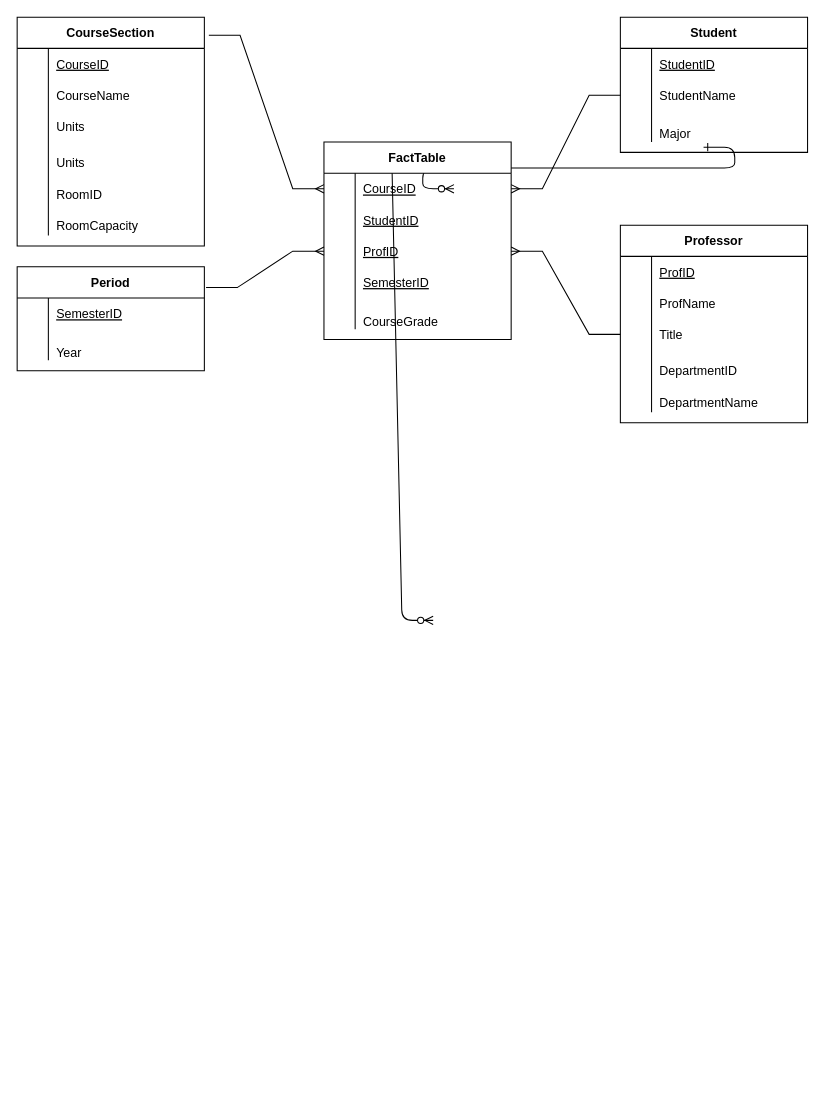
The draw.io diagram Diagramme sans nom.drawio in mpillot98/manon_pillot, before the edit. Source tidied: cells renumbered, new cells numbered last; positions are measured from the earlier drawing's top-left corner, leaving out a move shared by most shapes. Both pictures are drawn from the tidied source at 104%, with x=0, y=0 at pixel (17, 17).
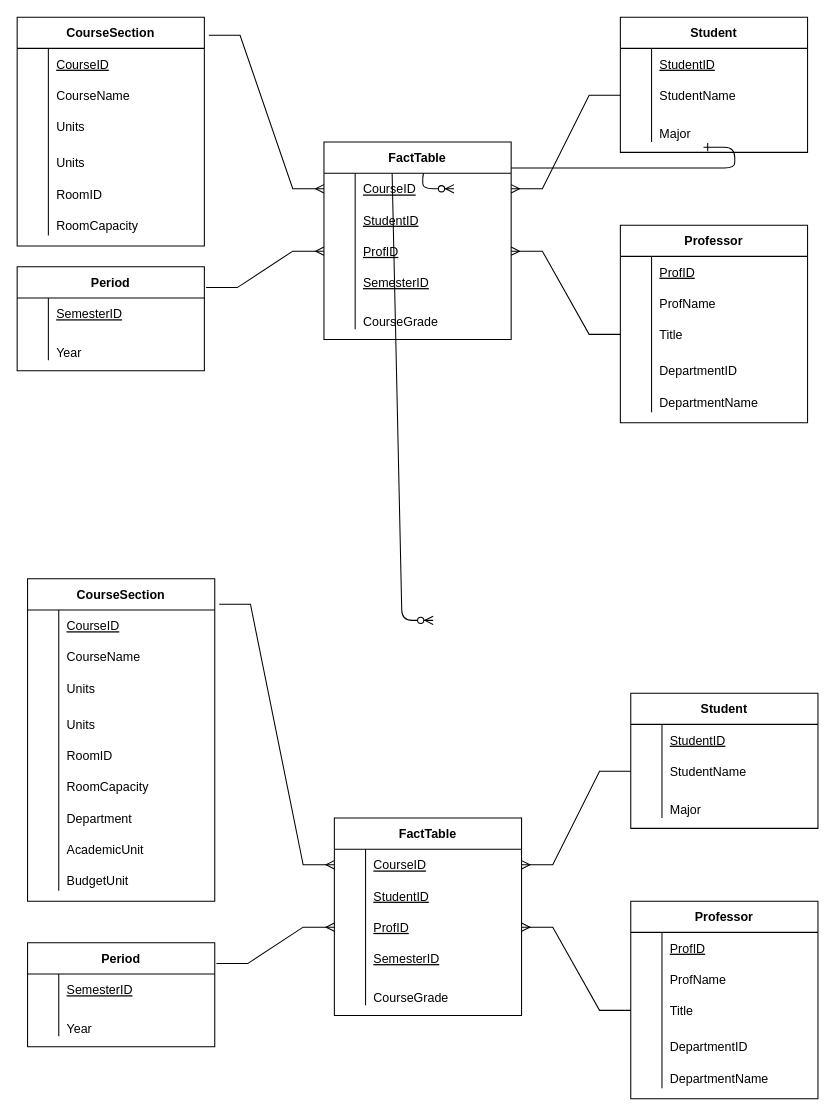
After the change.

Diff of the diagram source:
```diff
@@
+    <mxCell id="76" value="CourseSection" style="shape=table;startSize=30;childLayout=tableLayout;rowLines=0;fontStyle=1;align=center;" parent="1" vertex="1">
+      <mxGeometry x="10" y="540" width="180" height="310" as="geometry" />
+    </mxCell>
+    <mxCell id="77" style="shape=tableRow;horizontal=0;startSize=0;swimlaneHead=0;swimlaneBody=0;fillColor=none;top=0;left=0;right=0;bottom=0;" parent="76" vertex="1">
+      <mxGeometry y="30" width="180" height="30" as="geometry" />
+    </mxCell>
+    <mxCell id="78" style="shape=partialRectangle;fillColor=none;top=0;left=0;bottom=0;right=0;overflow=hidden;" parent="77" vertex="1">
+      <mxGeometry width="30" height="30" as="geometry" />
+    </mxCell>
+    <mxCell id="79" value="CourseID" style="shape=partialRectangle;fillColor=none;top=0;left=0;bottom=0;right=0;align=left;spacingLeft=6;overflow=hidden;fontStyle=4;" parent="77" vertex="1">
+      <mxGeometry x="30" width="150" height="30" as="geometry" />
+    </mxCell>
+    <mxCell id="80" style="shape=tableRow;horizontal=0;startSize=0;swimlaneHead=0;swimlaneBody=0;fillColor=none;top=0;left=0;right=0;bottom=0;" parent="76" vertex="1">
+      <mxGeometry y="60" width="180" height="30" as="geometry" />
+    </mxCell>
+    <mxCell id="81" style="shape=partialRectangle;fillColor=none;top=0;left=0;bottom=0;right=0;overflow=hidden;" parent="80" vertex="1">
+      <mxGeometry width="30" height="30" as="geometry" />
+    </mxCell>
+    <mxCell id="82" value="CourseName" style="shape=partialRectangle;fillColor=none;top=0;left=0;bottom=0;right=0;align=left;spacingLeft=6;overflow=hidden;" parent="80" vertex="1">
+      <mxGeometry x="30" width="150" height="30" as="geometry" />
+    </mxCell>
+    <mxCell id="83" style="shape=tableRow;horizontal=0;startSize=0;swimlaneHead=0;swimlaneBody=0;fillColor=none;top=0;left=0;right=0;bottom=0;" parent="76" vertex="1">
+      <mxGeometry y="90" width="180" height="30" as="geometry" />
+    </mxCell>
+    <mxCell id="84" style="shape=partialRectangle;fillColor=none;top=0;left=0;bottom=0;right=0;overflow=hidden;" parent="83" vertex="1">
+      <mxGeometry width="30" height="30" as="geometry" />
+    </mxCell>
+    <mxCell id="85" value="Units" style="shape=partialRectangle;fillColor=none;top=0;left=0;bottom=0;right=0;align=left;spacingLeft=6;overflow=hidden;" parent="83" vertex="1">
+      <mxGeometry x="30" width="150" height="30" as="geometry" />
+    </mxCell>
+    <mxCell id="86" style="shape=tableRow;horizontal=0;startSize=0;swimlaneHead=0;swimlaneBody=0;fillColor=none;top=0;left=0;right=0;bottom=0;" parent="76" vertex="1">
+      <mxGeometry y="120" width="180" height="30" as="geometry" />
+    </mxCell>
+    <mxCell id="87" style="shape=partialRectangle;fillColor=none;top=0;left=0;bottom=0;right=0;overflow=hidden;" parent="86" vertex="1">
+      <mxGeometry width="30" height="30" as="geometry" />
+    </mxCell>
+    <mxCell id="88" value="Units" style="shape=partialRectangle;fillColor=none;top=0;left=0;bottom=0;right=0;align=left;spacingLeft=6;overflow=hidden;verticalAlign=bottom;" parent="86" vertex="1">
+      <mxGeometry x="30" width="150" height="30" as="geometry" />
+    </mxCell>
+    <mxCell id="89" style="shape=tableRow;horizontal=0;startSize=0;swimlaneHead=0;swimlaneBody=0;fillColor=none;top=0;left=0;right=0;bottom=0;" parent="76" vertex="1">
+      <mxGeometry y="150" width="180" height="30" as="geometry" />
+    </mxCell>
+    <mxCell id="90" style="shape=partialRectangle;fillColor=none;top=0;left=0;bottom=0;right=0;overflow=hidden;" parent="89" vertex="1">
+      <mxGeometry width="30" height="30" as="geometry" />
+    </mxCell>
+    <mxCell id="91" value="RoomID" style="shape=partialRectangle;fillColor=none;top=0;left=0;bottom=0;right=0;align=left;spacingLeft=6;overflow=hidden;verticalAlign=bottom;" parent="89" vertex="1">
+      <mxGeometry x="30" width="150" height="30" as="geometry" />
+    </mxCell>
+    <mxCell id="92" style="shape=tableRow;horizontal=0;startSize=0;swimlaneHead=0;swimlaneBody=0;fillColor=none;top=0;left=0;right=0;bottom=0;" parent="76" vertex="1">
+      <mxGeometry y="180" width="180" height="30" as="geometry" />
+    </mxCell>
+    <mxCell id="93" style="shape=partialRectangle;fillColor=none;top=0;left=0;bottom=0;right=0;overflow=hidden;" parent="92" vertex="1">
+      <mxGeometry width="30" height="30" as="geometry" />
+    </mxCell>
+    <mxCell id="94" value="&#10;RoomCapacity&#10;&#10;" style="shape=partialRectangle;fillColor=none;top=0;left=0;bottom=0;right=0;align=left;spacingLeft=6;overflow=hidden;verticalAlign=bottom;" parent="92" vertex="1">
+      <mxGeometry x="30" width="150" height="30" as="geometry" />
+    </mxCell>
+    <mxCell id="95" style="shape=tableRow;horizontal=0;startSize=0;swimlaneHead=0;swimlaneBody=0;fillColor=none;top=0;left=0;right=0;bottom=0;" parent="76" vertex="1">
+      <mxGeometry y="210" width="180" height="30" as="geometry" />
+    </mxCell>
+    <mxCell id="96" style="shape=partialRectangle;fillColor=none;top=0;left=0;bottom=0;right=0;overflow=hidden;" parent="95" vertex="1">
+      <mxGeometry width="30" height="30" as="geometry" />
+    </mxCell>
+    <mxCell id="97" value="Department" style="shape=partialRectangle;fillColor=none;top=0;left=0;bottom=0;right=0;align=left;spacingLeft=6;overflow=hidden;verticalAlign=bottom;" parent="95" vertex="1">
+      <mxGeometry x="30" width="150" height="30" as="geometry" />
+    </mxCell>
+    <mxCell id="98" style="shape=tableRow;horizontal=0;startSize=0;swimlaneHead=0;swimlaneBody=0;fillColor=none;top=0;left=0;right=0;bottom=0;" parent="76" vertex="1">
+      <mxGeometry y="240" width="180" height="30" as="geometry" />
+    </mxCell>
+    <mxCell id="99" style="shape=partialRectangle;fillColor=none;top=0;left=0;bottom=0;right=0;overflow=hidden;" parent="98" vertex="1">
+      <mxGeometry width="30" height="30" as="geometry" />
+    </mxCell>
+    <mxCell id="100" value="AcademicUnit" style="shape=partialRectangle;fillColor=none;top=0;left=0;bottom=0;right=0;align=left;spacingLeft=6;overflow=hidden;verticalAlign=bottom;" parent="98" vertex="1">
+      <mxGeometry x="30" width="150" height="30" as="geometry" />
+    </mxCell>
+    <mxCell id="101" style="shape=tableRow;horizontal=0;startSize=0;swimlaneHead=0;swimlaneBody=0;fillColor=none;top=0;left=0;right=0;bottom=0;" parent="76" vertex="1">
+      <mxGeometry y="270" width="180" height="30" as="geometry" />
+    </mxCell>
+    <mxCell id="102" style="shape=partialRectangle;fillColor=none;top=0;left=0;bottom=0;right=0;overflow=hidden;" parent="101" vertex="1">
+      <mxGeometry width="30" height="30" as="geometry" />
+    </mxCell>
+    <mxCell id="103" value="BudgetUnit" style="shape=partialRectangle;fillColor=none;top=0;left=0;bottom=0;right=0;align=left;spacingLeft=6;overflow=hidden;verticalAlign=bottom;" parent="101" vertex="1">
+      <mxGeometry x="30" width="150" height="30" as="geometry" />
+    </mxCell>
+    <mxCell id="104" value="Professor" style="shape=table;startSize=30;childLayout=tableLayout;rowLines=0;fontStyle=1;align=center;" parent="1" vertex="1">
+      <mxGeometry x="590" y="850" width="180" height="190" as="geometry" />
+    </mxCell>
+    <mxCell id="105" style="shape=tableRow;horizontal=0;startSize=0;swimlaneHead=0;swimlaneBody=0;fillColor=none;top=0;left=0;right=0;bottom=0;" parent="104" vertex="1">
+      <mxGeometry y="30" width="180" height="30" as="geometry" />
+    </mxCell>
+    <mxCell id="106" style="shape=partialRectangle;fillColor=none;top=0;left=0;bottom=0;right=0;overflow=hidden;" parent="105" vertex="1">
+      <mxGeometry width="30" height="30" as="geometry" />
+    </mxCell>
+    <mxCell id="107" value="ProfID" style="shape=partialRectangle;fillColor=none;top=0;left=0;bottom=0;right=0;align=left;spacingLeft=6;overflow=hidden;fontStyle=4;" parent="105" vertex="1">
+      <mxGeometry x="30" width="150" height="30" as="geometry" />
+    </mxCell>
+    <mxCell id="108" style="shape=tableRow;horizontal=0;startSize=0;swimlaneHead=0;swimlaneBody=0;fillColor=none;top=0;left=0;right=0;bottom=0;" parent="104" vertex="1">
+      <mxGeometry y="60" width="180" height="30" as="geometry" />
+    </mxCell>
+    <mxCell id="109" style="shape=partialRectangle;fillColor=none;top=0;left=0;bottom=0;right=0;overflow=hidden;" parent="108" vertex="1">
+      <mxGeometry width="30" height="30" as="geometry" />
+    </mxCell>
+    <mxCell id="110" value="ProfName" style="shape=partialRectangle;fillColor=none;top=0;left=0;bottom=0;right=0;align=left;spacingLeft=6;overflow=hidden;" parent="108" vertex="1">
+      <mxGeometry x="30" width="150" height="30" as="geometry" />
+    </mxCell>
+    <mxCell id="111" style="shape=tableRow;horizontal=0;startSize=0;swimlaneHead=0;swimlaneBody=0;fillColor=none;points=[[0,0.5],[1,0.5]];portConstraint=eastwest;top=0;left=0;right=0;bottom=0;" parent="104" vertex="1">
+      <mxGeometry y="90" width="180" height="30" as="geometry" />
+    </mxCell>
+    <mxCell id="112" style="shape=partialRectangle;fillColor=none;top=0;left=0;bottom=0;right=0;overflow=hidden;" parent="111" vertex="1">
+      <mxGeometry width="30" height="30" as="geometry" />
+    </mxCell>
+    <mxCell id="113" value="Title" style="shape=partialRectangle;fillColor=none;top=0;left=0;bottom=0;right=0;align=left;spacingLeft=6;overflow=hidden;" parent="111" vertex="1">
+      <mxGeometry x="30" width="150" height="30" as="geometry" />
+    </mxCell>
+    <mxCell id="114" style="shape=tableRow;horizontal=0;startSize=0;swimlaneHead=0;swimlaneBody=0;fillColor=none;top=0;left=0;right=0;bottom=0;" parent="104" vertex="1">
+      <mxGeometry y="120" width="180" height="30" as="geometry" />
+    </mxCell>
+    <mxCell id="115" style="shape=partialRectangle;fillColor=none;top=0;left=0;bottom=0;right=0;overflow=hidden;" parent="114" vertex="1">
+      <mxGeometry width="30" height="30" as="geometry" />
+    </mxCell>
+    <mxCell id="116" value="DepartmentID" style="shape=partialRectangle;fillColor=none;top=0;left=0;bottom=0;right=0;align=left;spacingLeft=6;overflow=hidden;verticalAlign=bottom;" parent="114" vertex="1">
+      <mxGeometry x="30" width="150" height="30" as="geometry" />
+    </mxCell>
+    <mxCell id="117" style="shape=tableRow;horizontal=0;startSize=0;swimlaneHead=0;swimlaneBody=0;fillColor=none;top=0;left=0;right=0;bottom=0;" parent="104" vertex="1">
+      <mxGeometry y="150" width="180" height="30" as="geometry" />
+    </mxCell>
+    <mxCell id="118" style="shape=partialRectangle;fillColor=none;top=0;left=0;bottom=0;right=0;overflow=hidden;" parent="117" vertex="1">
+      <mxGeometry width="30" height="30" as="geometry" />
+    </mxCell>
+    <mxCell id="119" value="&#10;DepartmentName&#10;&#10;" style="shape=partialRectangle;fillColor=none;top=0;left=0;bottom=0;right=0;align=left;spacingLeft=6;overflow=hidden;verticalAlign=bottom;" parent="117" vertex="1">
+      <mxGeometry x="30" width="150" height="30" as="geometry" />
+    </mxCell>
+    <mxCell id="120" value="Student" style="shape=table;startSize=30;childLayout=tableLayout;rowLines=0;fontStyle=1;align=center;" parent="1" vertex="1">
+      <mxGeometry x="590" y="650" width="180" height="130" as="geometry" />
+    </mxCell>
+    <mxCell id="121" style="shape=tableRow;horizontal=0;startSize=0;swimlaneHead=0;swimlaneBody=0;fillColor=none;top=0;left=0;right=0;bottom=0;" parent="120" vertex="1">
+      <mxGeometry y="30" width="180" height="30" as="geometry" />
+    </mxCell>
+    <mxCell id="122" style="shape=partialRectangle;fillColor=none;top=0;left=0;bottom=0;right=0;overflow=hidden;" parent="121" vertex="1">
+      <mxGeometry width="30" height="30" as="geometry" />
+    </mxCell>
+    <mxCell id="123" value="StudentID" style="shape=partialRectangle;fillColor=none;top=0;left=0;bottom=0;right=0;align=left;spacingLeft=6;overflow=hidden;fontStyle=4;" parent="121" vertex="1">
+      <mxGeometry x="30" width="150" height="30" as="geometry" />
+    </mxCell>
+    <mxCell id="124" style="shape=tableRow;horizontal=0;startSize=0;swimlaneHead=0;swimlaneBody=0;fillColor=none;points=[[0,0.5],[1,0.5]];portConstraint=eastwest;top=0;left=0;right=0;bottom=0;" parent="120" vertex="1">
+      <mxGeometry y="60" width="180" height="30" as="geometry" />
+    </mxCell>
+    <mxCell id="125" style="shape=partialRectangle;fillColor=none;top=0;left=0;bottom=0;right=0;overflow=hidden;" parent="124" vertex="1">
+      <mxGeometry width="30" height="30" as="geometry" />
+    </mxCell>
+    <mxCell id="126" value="StudentName" style="shape=partialRectangle;fillColor=none;top=0;left=0;bottom=0;right=0;align=left;spacingLeft=6;overflow=hidden;" parent="124" vertex="1">
+      <mxGeometry x="30" width="150" height="30" as="geometry" />
+    </mxCell>
+    <mxCell id="127" style="shape=tableRow;horizontal=0;startSize=0;swimlaneHead=0;swimlaneBody=0;fillColor=none;top=0;left=0;right=0;bottom=0;" parent="120" vertex="1">
+      <mxGeometry y="90" width="180" height="30" as="geometry" />
+    </mxCell>
+    <mxCell id="128" style="shape=partialRectangle;fillColor=none;top=0;left=0;bottom=0;right=0;overflow=hidden;" parent="127" vertex="1">
+      <mxGeometry width="30" height="30" as="geometry" />
+    </mxCell>
+    <mxCell id="129" value="&#10;Major&#10;&#10;" style="shape=partialRectangle;fillColor=none;top=0;left=0;bottom=0;right=0;align=left;spacingLeft=6;overflow=hidden;" parent="127" vertex="1">
+      <mxGeometry x="30" width="150" height="30" as="geometry" />
+    </mxCell>
+    <mxCell id="130" value="Period" style="shape=table;startSize=30;childLayout=tableLayout;rowLines=0;fontStyle=1;align=center;" parent="1" vertex="1">
+      <mxGeometry x="10" y="890" width="180" height="100" as="geometry" />
+    </mxCell>
+    <mxCell id="131" style="shape=tableRow;horizontal=0;startSize=0;swimlaneHead=0;swimlaneBody=0;fillColor=none;top=0;left=0;right=0;bottom=0;" parent="130" vertex="1">
+      <mxGeometry y="30" width="180" height="30" as="geometry" />
+    </mxCell>
+    <mxCell id="132" style="shape=partialRectangle;fillColor=none;top=0;left=0;bottom=0;right=0;overflow=hidden;" parent="131" vertex="1">
+      <mxGeometry width="30" height="30" as="geometry" />
+    </mxCell>
+    <mxCell id="133" value="SemesterID" style="shape=partialRectangle;fillColor=none;top=0;left=0;bottom=0;right=0;align=left;spacingLeft=6;overflow=hidden;fontStyle=4;" parent="131" vertex="1">
+      <mxGeometry x="30" width="150" height="30" as="geometry" />
+    </mxCell>
+    <mxCell id="134" style="shape=tableRow;horizontal=0;startSize=0;swimlaneHead=0;swimlaneBody=0;fillColor=none;top=0;left=0;right=0;bottom=0;" parent="130" vertex="1">
+      <mxGeometry y="60" width="180" height="30" as="geometry" />
+    </mxCell>
+    <mxCell id="135" style="shape=partialRectangle;fillColor=none;top=0;left=0;bottom=0;right=0;overflow=hidden;" parent="134" vertex="1">
+      <mxGeometry width="30" height="30" as="geometry" />
+    </mxCell>
+    <mxCell id="136" value="&#10;Year&#10;&#10;" style="shape=partialRectangle;fillColor=none;top=0;left=0;bottom=0;right=0;align=left;spacingLeft=6;overflow=hidden;" parent="134" vertex="1">
+      <mxGeometry x="30" width="150" height="30" as="geometry" />
+    </mxCell>
+    <mxCell id="137" value="FactTable" style="shape=table;startSize=30;childLayout=tableLayout;rowLines=0;fontStyle=1;align=center;" parent="1" vertex="1">
+      <mxGeometry x="305" y="770" width="180" height="190" as="geometry" />
+    </mxCell>
+    <mxCell id="138" style="shape=tableRow;horizontal=0;startSize=0;swimlaneHead=0;swimlaneBody=0;fillColor=none;points=[[0,0.5],[1,0.5]];portConstraint=eastwest;top=0;left=0;right=0;bottom=0;" parent="137" vertex="1">
+      <mxGeometry y="30" width="180" height="30" as="geometry" />
+    </mxCell>
+    <mxCell id="139" style="shape=partialRectangle;fillColor=none;top=0;left=0;bottom=0;right=0;overflow=hidden;" parent="138" vertex="1">
+      <mxGeometry width="30" height="30" as="geometry" />
+    </mxCell>
+    <mxCell id="140" value="CourseID" style="shape=partialRectangle;fillColor=none;top=0;left=0;bottom=0;right=0;align=left;spacingLeft=6;overflow=hidden;fontStyle=4;" parent="138" vertex="1">
+      <mxGeometry x="30" width="150" height="30" as="geometry" />
+    </mxCell>
+    <mxCell id="141" style="shape=tableRow;horizontal=0;startSize=0;swimlaneHead=0;swimlaneBody=0;fillColor=none;top=0;left=0;right=0;bottom=0;" parent="137" vertex="1">
+      <mxGeometry y="60" width="180" height="30" as="geometry" />
+    </mxCell>
+    <mxCell id="142" style="shape=partialRectangle;fillColor=none;top=0;left=0;bottom=0;right=0;overflow=hidden;" parent="141" vertex="1">
+      <mxGeometry width="30" height="30" as="geometry" />
+    </mxCell>
+    <mxCell id="143" value="StudentID" style="shape=partialRectangle;fillColor=none;top=0;left=0;bottom=0;right=0;align=left;spacingLeft=6;overflow=hidden;fontStyle=4;" parent="141" vertex="1">
+      <mxGeometry x="30" width="150" height="30" as="geometry" />
+    </mxCell>
+    <mxCell id="144" style="shape=tableRow;horizontal=0;startSize=0;swimlaneHead=0;swimlaneBody=0;fillColor=none;points=[[0,0.5],[1,0.5]];portConstraint=eastwest;top=0;left=0;right=0;bottom=0;" parent="137" vertex="1">
+      <mxGeometry y="90" width="180" height="30" as="geometry" />
+    </mxCell>
+    <mxCell id="145" style="shape=partialRectangle;fillColor=none;top=0;left=0;bottom=0;right=0;overflow=hidden;" parent="144" vertex="1">
+      <mxGeometry width="30" height="30" as="geometry" />
+    </mxCell>
+    <mxCell id="146" value="ProfID" style="shape=partialRectangle;fillColor=none;top=0;left=0;bottom=0;right=0;align=left;spacingLeft=6;overflow=hidden;fontStyle=4;" parent="144" vertex="1">
+      <mxGeometry x="30" width="150" height="30" as="geometry" />
+    </mxCell>
+    <mxCell id="147" style="shape=tableRow;horizontal=0;startSize=0;swimlaneHead=0;swimlaneBody=0;fillColor=none;top=0;left=0;right=0;bottom=0;" parent="137" vertex="1">
+      <mxGeometry y="120" width="180" height="30" as="geometry" />
+    </mxCell>
+    <mxCell id="148" style="shape=partialRectangle;fillColor=none;top=0;left=0;bottom=0;right=0;overflow=hidden;" parent="147" vertex="1">
+      <mxGeometry width="30" height="30" as="geometry" />
+    </mxCell>
+    <mxCell id="149" value="SemesterID" style="shape=partialRectangle;fillColor=none;top=0;left=0;bottom=0;right=0;align=left;spacingLeft=6;overflow=hidden;fontStyle=4;" parent="147" vertex="1">
+      <mxGeometry x="30" width="150" height="30" as="geometry" />
+    </mxCell>
+    <mxCell id="150" style="shape=tableRow;horizontal=0;startSize=0;swimlaneHead=0;swimlaneBody=0;fillColor=none;top=0;left=0;right=0;bottom=0;" parent="137" vertex="1">
+      <mxGeometry y="150" width="180" height="30" as="geometry" />
+    </mxCell>
+    <mxCell id="151" style="shape=partialRectangle;fillColor=none;top=0;left=0;bottom=0;right=0;overflow=hidden;" parent="150" vertex="1">
+      <mxGeometry width="30" height="30" as="geometry" />
+    </mxCell>
+    <mxCell id="152" value="&#10;CourseGrade&#10;&#10;" style="shape=partialRectangle;fillColor=none;top=0;left=0;bottom=0;right=0;align=left;spacingLeft=6;overflow=hidden;" parent="150" vertex="1">
+      <mxGeometry x="30" width="150" height="30" as="geometry" />
+    </mxCell>
+    <mxCell id="153" style="edgeStyle=entityRelationEdgeStyle;fontSize=12;html=1;endArrow=ERmany;rounded=0;exitX=1.024;exitY=0.079;exitDx=0;exitDy=0;entryX=0;entryY=0.5;entryDx=0;entryDy=0;exitPerimeter=0;" parent="1" edge="1" source="76">
+      <mxGeometry relative="1" as="geometry">
+        <mxPoint x="305" y="815" as="targetPoint" />
+      </mxGeometry>
+    </mxCell>
+    <mxCell id="154" style="edgeStyle=entityRelationEdgeStyle;fontSize=12;html=1;endArrow=ERmany;rounded=0;exitX=1.009;exitY=0.2;exitDx=0;exitDy=0;exitPerimeter=0;entryX=0;entryY=0.5;entryDx=0;entryDy=0;" parent="1" edge="1" source="130" target="144">
+      <mxGeometry relative="1" as="geometry" />
+    </mxCell>
+    <mxCell id="155" style="edgeStyle=entityRelationEdgeStyle;fontSize=12;html=1;endArrow=ERmany;rounded=0;exitX=0;exitY=0.5;exitDx=0;exitDy=0;entryX=1;entryY=0.5;entryDx=0;entryDy=0;" parent="1" edge="1" source="111" target="144">
+      <mxGeometry relative="1" as="geometry" />
+    </mxCell>
+    <mxCell id="156" style="edgeStyle=entityRelationEdgeStyle;fontSize=12;html=1;endArrow=ERmany;rounded=0;exitX=0;exitY=0.5;exitDx=0;exitDy=0;entryX=1;entryY=0.5;entryDx=0;entryDy=0;" parent="1" edge="1" source="124" target="138">
+      <mxGeometry relative="1" as="geometry" />
+    </mxCell>
```
